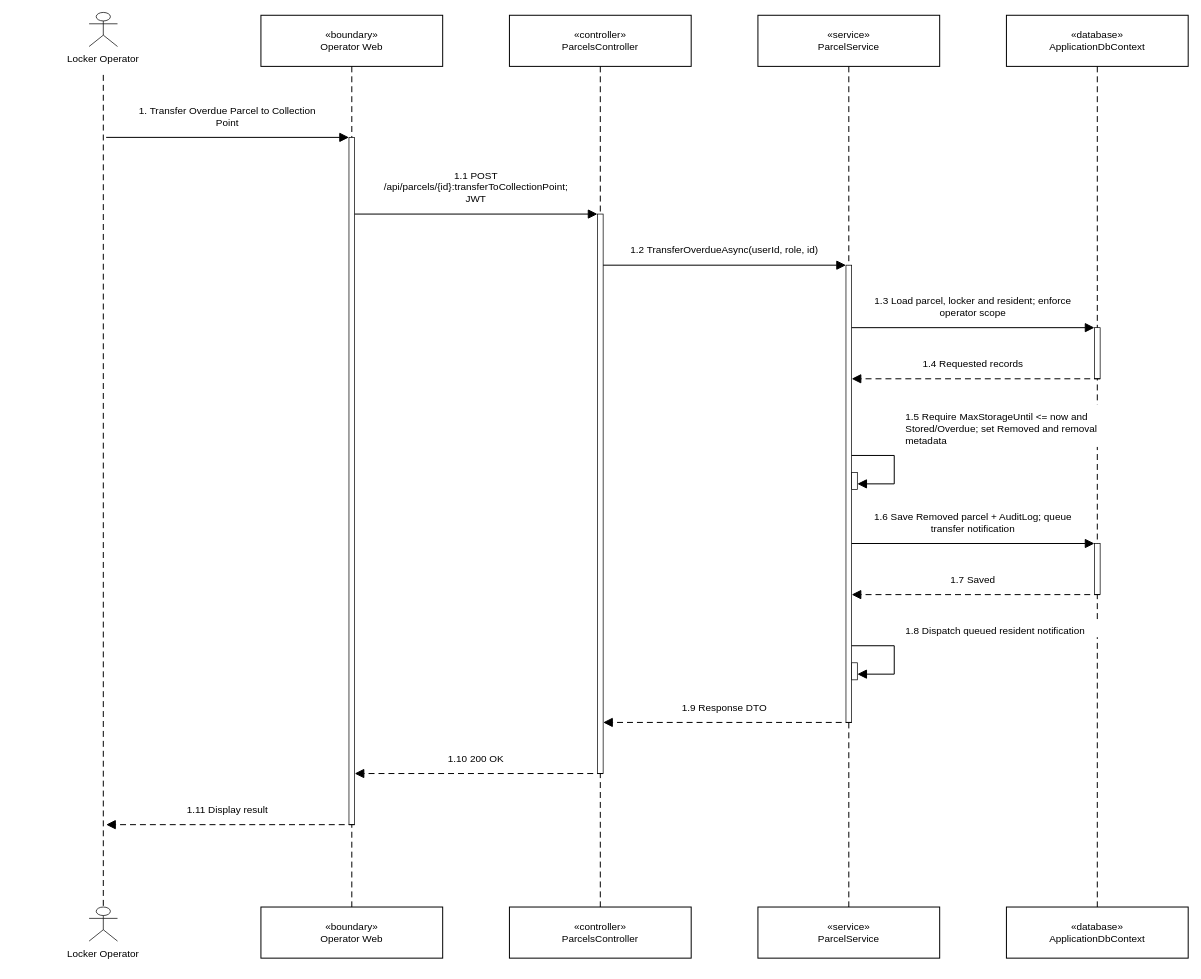
The draw.io diagram RP4/drawio/pages/3.5.31.drawio in se-05-sdlms/smart-locking-diagram, before the edit. Source tidied: cells renumbered, new cells numbered last; positions are measured from the earlier drawing's top-left corner, leaving out a move shared by most shapes. Both pictures are drawn from the tidied source at 71%, with x=0, y=0 at pixel (12, 12).
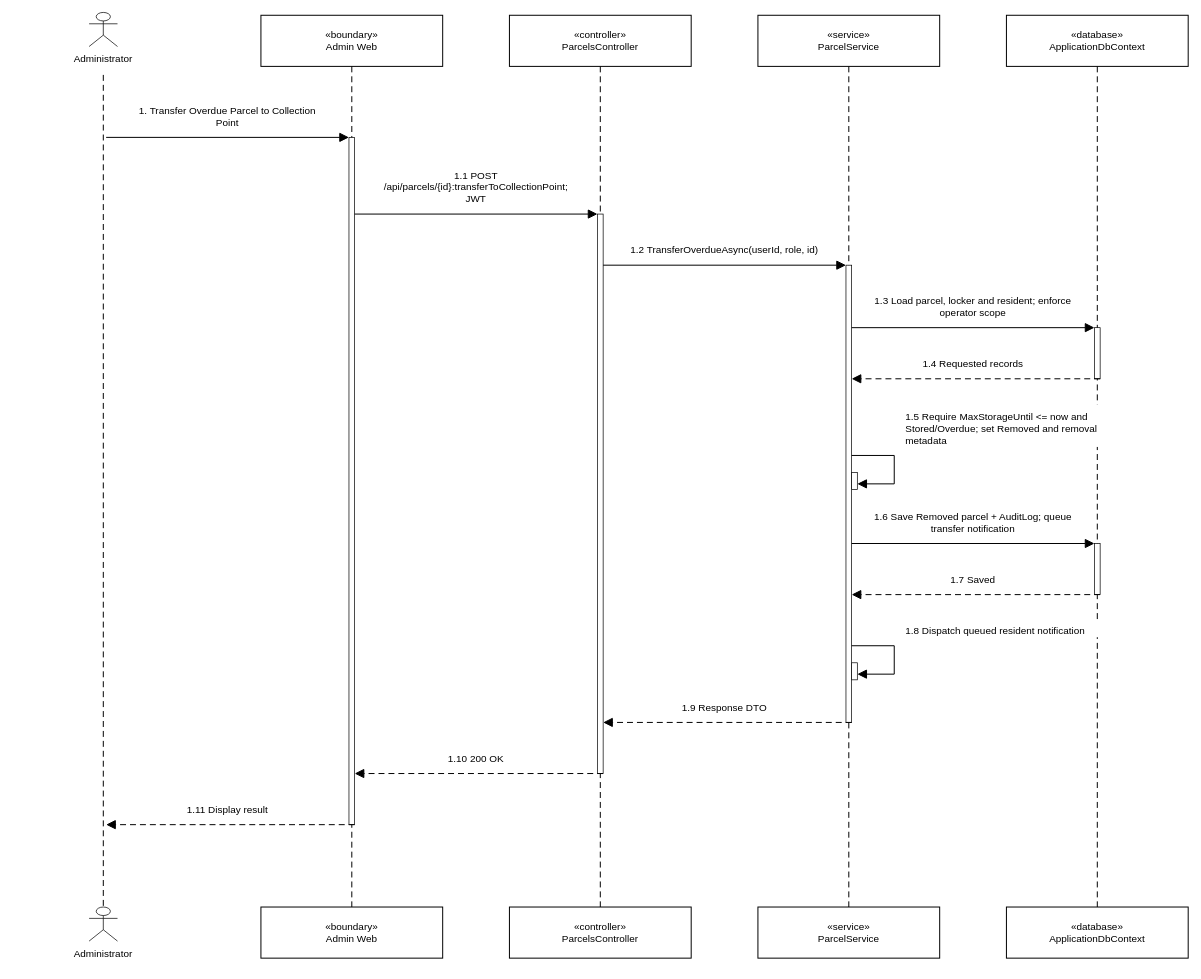
Above is the later version.

Change to the diagram source:
```diff
@@
-    <mxCell id="3" value="Locker Operator" style="html=1;whiteSpace=wrap;fontFamily=Arial;fontSize=14;fontColor=#000000;shadow=0;text;strokeColor=none;fillColor=none;align=center;verticalAlign=middle;fontSize=14;spacing=0;" parent="1" vertex="1">
+    <mxCell id="3" value="Administrator" style="html=1;whiteSpace=wrap;fontFamily=Arial;fontSize=14;fontColor=#000000;shadow=0;text;strokeColor=none;fillColor=none;align=center;verticalAlign=middle;fontSize=14;spacing=0;" parent="1" vertex="1">
       <mxGeometry y="48" width="256" height="36" as="geometry" />
     </mxCell>
@@
-    <mxCell id="5" value="«boundary»&lt;br&gt;Operator Web" style="html=1;whiteSpace=wrap;fontFamily=Arial;fontSize=14;fontColor=#000000;shadow=0;rounded=0;fillColor=#FFFFFF;strokeColor=#000000;strokeWidth=1.4;align=center;" parent="1" vertex="1">
+    <mxCell id="5" value="«boundary»&lt;br&gt;Admin Web" style="html=1;whiteSpace=wrap;fontFamily=Arial;fontSize=14;fontColor=#000000;shadow=0;rounded=0;fillColor=#FFFFFF;strokeColor=#000000;strokeWidth=1.4;align=center;" parent="1" vertex="1">
       <mxGeometry x="350" y="4" width="256" height="72" as="geometry" />
     </mxCell>
@@
-    <mxCell id="45" value="Locker Operator" style="html=1;whiteSpace=wrap;fontFamily=Arial;fontSize=14;fontColor=#000000;shadow=0;text;strokeColor=none;fillColor=none;align=center;verticalAlign=middle;fontSize=14;spacing=0;" parent="1" vertex="1">
+    <mxCell id="45" value="Administrator" style="html=1;whiteSpace=wrap;fontFamily=Arial;fontSize=14;fontColor=#000000;shadow=0;text;strokeColor=none;fillColor=none;align=center;verticalAlign=middle;fontSize=14;spacing=0;" parent="1" vertex="1">
       <mxGeometry y="1308" width="256" height="36" as="geometry" />
     </mxCell>
-    <mxCell id="46" value="«boundary»&lt;br&gt;Operator Web" style="html=1;whiteSpace=wrap;fontFamily=Arial;fontSize=14;fontColor=#000000;shadow=0;rounded=0;fillColor=#FFFFFF;strokeColor=#000000;strokeWidth=1.4;align=center;" parent="1" vertex="1">
+    <mxCell id="46" value="«boundary»&lt;br&gt;Admin Web" style="html=1;whiteSpace=wrap;fontFamily=Arial;fontSize=14;fontColor=#000000;shadow=0;rounded=0;fillColor=#FFFFFF;strokeColor=#000000;strokeWidth=1.4;align=center;" parent="1" vertex="1">
       <mxGeometry x="350" y="1260" width="256" height="72" as="geometry" />
     </mxCell>
```
